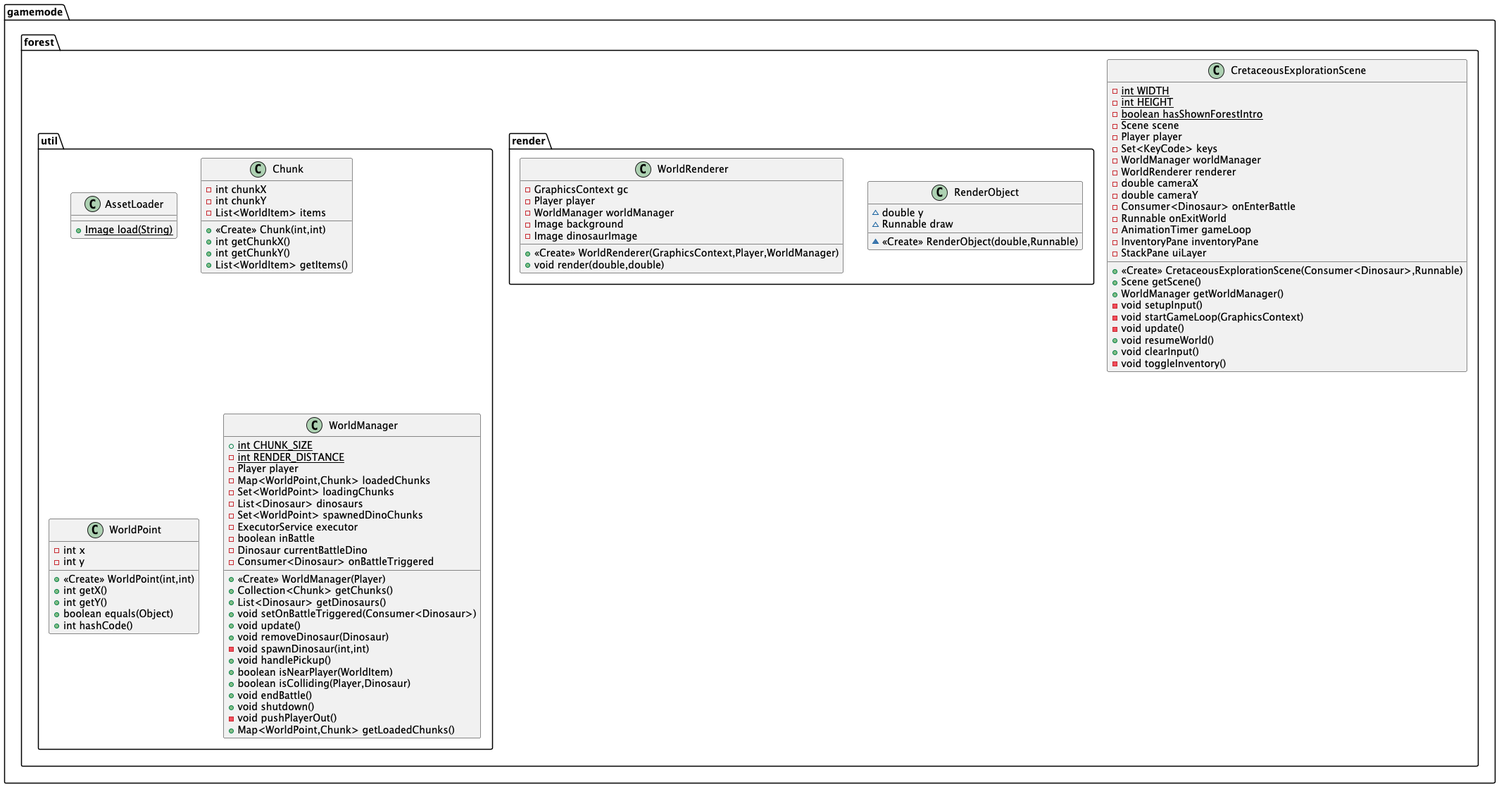
Earlier version of the PlantUML export src/main/resources/uml/forest2UML.png (usermenei/JurassicTae).
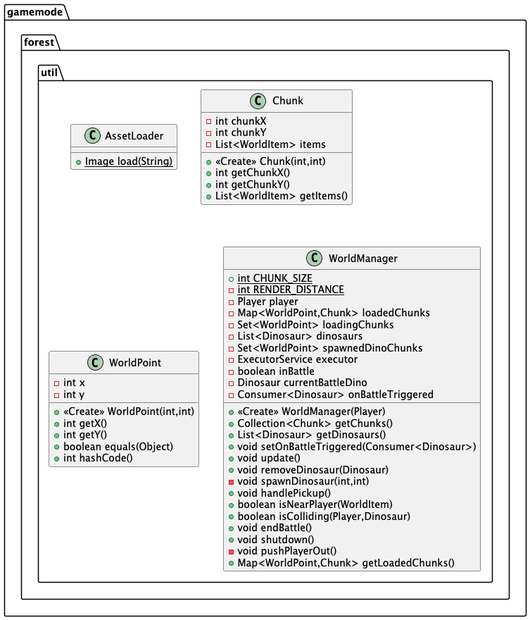
The same file after the commit.

The edit, as a diff of the source:
```diff
@@ -54,50 +54,4 @@
 }
 
 
-class gamemode.forest.CretaceousExplorationScene {
-- {static} int WIDTH
-- {static} int HEIGHT
-- {static} boolean hasShownForestIntro
-- Scene scene
-- Player player
-- Set<KeyCode> keys
-- WorldManager worldManager
-- WorldRenderer renderer
-- double cameraX
-- double cameraY
-- Consumer<Dinosaur> onEnterBattle
-- Runnable onExitWorld
-- AnimationTimer gameLoop
-- InventoryPane inventoryPane
-- StackPane uiLayer
-+ <<Create>> CretaceousExplorationScene(Consumer<Dinosaur>,Runnable)
-+ Scene getScene()
-+ WorldManager getWorldManager()
-- void setupInput()
-- void startGameLoop(GraphicsContext)
-- void update()
-+ void resumeWorld()
-+ void clearInput()
-- void toggleInventory()
-}
-
-
-class gamemode.forest.render.WorldRenderer {
-- GraphicsContext gc
-- Player player
-- WorldManager worldManager
-- Image background
-- Image dinosaurImage
-+ <<Create>> WorldRenderer(GraphicsContext,Player,WorldManager)
-+ void render(double,double)
-}
-
-
-class gamemode.forest.render.RenderObject {
-~ double y
-~ Runnable draw
-~ <<Create>> RenderObject(double,Runnable)
-}
-
-
 @enduml
```
